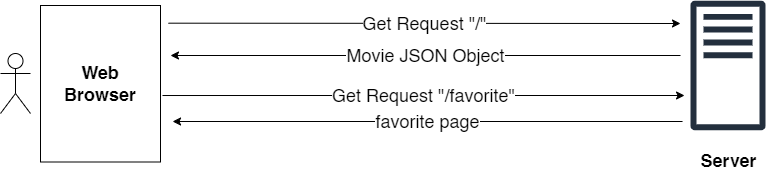
Earlier version of the draw.io export Images/WRRC.png (ManalKhAlbahar/Movies-Library). Source tidied: cells renumbered, new cells last; positions are measured from the earlier drawing's top-left corner, leaving out a move shared by most shapes. The source it was exported from:
```xml
<mxGraphModel>
  <root>
    <mxCell id="0" />
    <mxCell id="1" parent="0" />
    <mxCell id="2" value="&lt;b&gt;&lt;font style=&quot;font-size: 18px&quot;&gt;Web&lt;br&gt;Browser&lt;/font&gt;&lt;/b&gt;" style="rounded=0;whiteSpace=wrap;html=1;" parent="1" vertex="1">
      <mxGeometry x="40" y="5" width="120" height="156.5" as="geometry" />
    </mxCell>
    <mxCell id="3" style="sketch=0;fontColor=#232F3E;gradientColor=none;fillColor=#232F3D;strokeColor=none;dashed=0;verticalLabelPosition=bottom;verticalAlign=top;align=center;html=1;fontSize=12;fontStyle=0;shape=mxgraph.aws4.traditional_server;" parent="1" vertex="1">
      <mxGeometry x="690" width="75" height="130" as="geometry" />
    </mxCell>
    <mxCell id="4" value="&lt;b&gt;Server&lt;/b&gt;" style="text;html=1;align=center;verticalAlign=middle;strokeColor=none;fillColor=none;fontSize=18;" parent="1" vertex="1">
      <mxGeometry x="692.5" y="145" width="70" height="30" as="geometry" />
    </mxCell>
    <mxCell id="5" value="Get Request &quot;/&quot;" style="endArrow=classic;html=1;rounded=0;fontSize=18;exitX=0.983;exitY=0.113;exitDx=0;exitDy=0;exitPerimeter=0;" parent="1" edge="1">
      <mxGeometry relative="1" as="geometry">
        <mxPoint x="168" y="22.7" as="sourcePoint" />
        <mxPoint x="680" y="23" as="targetPoint" />
      </mxGeometry>
    </mxCell>
    <mxCell id="6" value="Movie JSON Object" style="endArrow=classic;html=1;rounded=0;fontSize=18;" parent="1" edge="1">
      <mxGeometry relative="1" as="geometry">
        <mxPoint x="680" y="55" as="sourcePoint" />
        <mxPoint x="170" y="55" as="targetPoint" />
      </mxGeometry>
    </mxCell>
    <mxCell id="7" value="Get Request &quot;/favorite&quot;" style="endArrow=classic;html=1;rounded=0;fontSize=18;exitX=0.983;exitY=0.113;exitDx=0;exitDy=0;exitPerimeter=0;" parent="1" edge="1">
      <mxGeometry relative="1" as="geometry">
        <mxPoint x="162" y="95" as="sourcePoint" />
        <mxPoint x="684" y="95" as="targetPoint" />
        <Array as="points">
          <mxPoint x="432" y="95" />
        </Array>
      </mxGeometry>
    </mxCell>
    <mxCell id="8" value="favorite page" style="endArrow=classic;html=1;rounded=0;fontSize=18;" parent="1" edge="1">
      <mxGeometry relative="1" as="geometry">
        <mxPoint x="682" y="121" as="sourcePoint" />
        <mxPoint x="172" y="121" as="targetPoint" />
      </mxGeometry>
    </mxCell>
    <mxCell id="9" style="shape=umlActor;verticalLabelPosition=bottom;verticalAlign=top;html=1;fontSize=18;" parent="1" vertex="1">
      <mxGeometry y="53" width="30" height="60" as="geometry" />
    </mxCell>
  </root>
</mxGraphModel>
```
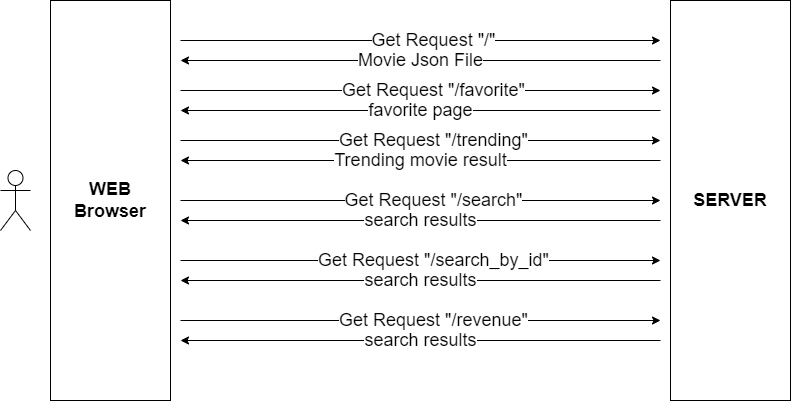
The same diagram one commit later.

Commit message:
- Added trending, search, search_by_id, and revenue routes - Updated ReadMe file with the new routes information - Updated the WRRC image

Change to the diagram source:
```diff
@@ -2,44 +2,116 @@
   <root>
     <mxCell id="0" />
     <mxCell id="1" parent="0" />
-    <mxCell id="2" value="&lt;b&gt;&lt;font style=&quot;font-size: 18px&quot;&gt;Web&lt;br&gt;Browser&lt;/font&gt;&lt;/b&gt;" style="rounded=0;whiteSpace=wrap;html=1;" parent="1" vertex="1">
-      <mxGeometry x="40" y="5" width="120" height="156.5" as="geometry" />
-    </mxCell>
-    <mxCell id="3" style="sketch=0;fontColor=#232F3E;gradientColor=none;fillColor=#232F3D;strokeColor=none;dashed=0;verticalLabelPosition=bottom;verticalAlign=top;align=center;html=1;fontSize=12;fontStyle=0;shape=mxgraph.aws4.traditional_server;" parent="1" vertex="1">
-      <mxGeometry x="690" width="75" height="130" as="geometry" />
-    </mxCell>
-    <mxCell id="4" value="&lt;b&gt;Server&lt;/b&gt;" style="text;html=1;align=center;verticalAlign=middle;strokeColor=none;fillColor=none;fontSize=18;" parent="1" vertex="1">
-      <mxGeometry x="692.5" y="145" width="70" height="30" as="geometry" />
-    </mxCell>
+    <mxCell id="10" style="shape=umlActor;verticalLabelPosition=bottom;verticalAlign=top;html=1;" parent="1" vertex="1">
+      <mxGeometry x="-10" y="105" width="30" height="60" as="geometry" />
+    </mxCell>
+    <mxCell id="11" value="&lt;b&gt;&lt;font style=&quot;font-size: 18px&quot;&gt;WEB&lt;br&gt;Browser&lt;/font&gt;&lt;/b&gt;" style="rounded=0;whiteSpace=wrap;html=1;" parent="1" vertex="1">
+      <mxGeometry x="40" y="-65" width="120" height="400" as="geometry" />
+    </mxCell>
+    <mxCell id="12" style="endArrow=classic;html=1;rounded=0;fontSize=18;" parent="1" edge="1">
+      <mxGeometry relative="1" as="geometry">
+        <mxPoint x="170" y="-25" as="sourcePoint" />
+        <mxPoint x="650" y="-25" as="targetPoint" />
+      </mxGeometry>
+    </mxCell>
-    <mxCell id="5" value="Get Request &quot;/&quot;" style="endArrow=classic;html=1;rounded=0;fontSize=18;exitX=0.983;exitY=0.113;exitDx=0;exitDy=0;exitPerimeter=0;" parent="1" edge="1">
-      <mxGeometry relative="1" as="geometry">
-        <mxPoint x="168" y="22.7" as="sourcePoint" />
-        <mxPoint x="680" y="23" as="targetPoint" />
+    <mxCell id="5" value="Get Request &quot;/&quot;" style="edgeLabel;html=1;align=center;verticalAlign=middle;fontSize=18;" parent="12" vertex="1">
+      <mxGeometry x="0.05" y="-2" relative="1" as="geometry">
+        <mxPoint y="-3" as="offset" />
       </mxGeometry>
     </mxCell>
-    <mxCell id="6" value="Movie JSON Object" style="endArrow=classic;html=1;rounded=0;fontSize=18;" parent="1" edge="1">
-      <mxGeometry relative="1" as="geometry">
-        <mxPoint x="680" y="55" as="sourcePoint" />
-        <mxPoint x="170" y="55" as="targetPoint" />
-      </mxGeometry>
-    </mxCell>
+    <mxCell id="13" value="Movie Json File" style="endArrow=classic;html=1;rounded=0;fontSize=18;" parent="1" edge="1">
+      <mxGeometry relative="1" as="geometry">
+        <mxPoint x="650" y="-5" as="sourcePoint" />
+        <mxPoint x="170" y="-5" as="targetPoint" />
+      </mxGeometry>
+    </mxCell>
+    <mxCell id="14" style="endArrow=classic;html=1;rounded=0;fontSize=18;" parent="1" edge="1">
+      <mxGeometry relative="1" as="geometry">
+        <mxPoint x="170" y="25" as="sourcePoint" />
+        <mxPoint x="650" y="25" as="targetPoint" />
+      </mxGeometry>
+    </mxCell>
-    <mxCell id="7" value="Get Request &quot;/favorite&quot;" style="endArrow=classic;html=1;rounded=0;fontSize=18;exitX=0.983;exitY=0.113;exitDx=0;exitDy=0;exitPerimeter=0;" parent="1" edge="1">
-      <mxGeometry relative="1" as="geometry">
-        <mxPoint x="162" y="95" as="sourcePoint" />
-        <mxPoint x="684" y="95" as="targetPoint" />
-        <Array as="points">
-          <mxPoint x="432" y="95" />
-        </Array>
+    <mxCell id="7" value="Get Request &quot;/favorite&quot;" style="edgeLabel;html=1;align=center;verticalAlign=middle;fontSize=18;" parent="14" vertex="1">
+      <mxGeometry x="0.05" y="-2" relative="1" as="geometry">
+        <mxPoint y="-3" as="offset" />
       </mxGeometry>
     </mxCell>
     <mxCell id="8" value="favorite page" style="endArrow=classic;html=1;rounded=0;fontSize=18;" parent="1" edge="1">
       <mxGeometry relative="1" as="geometry">
-        <mxPoint x="682" y="121" as="sourcePoint" />
-        <mxPoint x="172" y="121" as="targetPoint" />
+        <mxPoint x="650" y="45" as="sourcePoint" />
+        <mxPoint x="170" y="45" as="targetPoint" />
       </mxGeometry>
     </mxCell>
-    <mxCell id="9" style="shape=umlActor;verticalLabelPosition=bottom;verticalAlign=top;html=1;fontSize=18;" parent="1" vertex="1">
-      <mxGeometry y="53" width="30" height="60" as="geometry" />
-    </mxCell>
+    <mxCell id="15" style="endArrow=classic;html=1;rounded=0;fontSize=18;" parent="1" edge="1">
+      <mxGeometry relative="1" as="geometry">
+        <mxPoint x="170" y="75" as="sourcePoint" />
+        <mxPoint x="650" y="75" as="targetPoint" />
+      </mxGeometry>
+    </mxCell>
+    <mxCell id="16" value="Get Request &quot;/trending&quot;" style="edgeLabel;html=1;align=center;verticalAlign=middle;fontSize=18;" parent="15" vertex="1">
+      <mxGeometry x="0.05" y="-2" relative="1" as="geometry">
+        <mxPoint y="-3" as="offset" />
+      </mxGeometry>
+    </mxCell>
+    <mxCell id="17" value="Trending movie result" style="endArrow=classic;html=1;rounded=0;fontSize=18;" parent="1" edge="1">
+      <mxGeometry relative="1" as="geometry">
+        <mxPoint x="650" y="95" as="sourcePoint" />
+        <mxPoint x="170" y="95" as="targetPoint" />
+      </mxGeometry>
+    </mxCell>
+    <mxCell id="18" style="endArrow=classic;html=1;rounded=0;fontSize=18;" parent="1" edge="1">
+      <mxGeometry relative="1" as="geometry">
+        <mxPoint x="170" y="135" as="sourcePoint" />
+        <mxPoint x="650" y="135" as="targetPoint" />
+      </mxGeometry>
+    </mxCell>
+    <mxCell id="19" value="Get Request &quot;/search&quot;" style="edgeLabel;html=1;align=center;verticalAlign=middle;fontSize=18;" parent="18" vertex="1">
+      <mxGeometry x="0.05" y="-2" relative="1" as="geometry">
+        <mxPoint y="-3" as="offset" />
+      </mxGeometry>
+    </mxCell>
+    <mxCell id="20" value="search results" style="endArrow=classic;html=1;rounded=0;fontSize=18;" parent="1" edge="1">
+      <mxGeometry relative="1" as="geometry">
+        <mxPoint x="650" y="155" as="sourcePoint" />
+        <mxPoint x="170" y="155" as="targetPoint" />
+      </mxGeometry>
+    </mxCell>
+    <mxCell id="21" style="endArrow=classic;html=1;rounded=0;fontSize=18;" parent="1" edge="1">
+      <mxGeometry relative="1" as="geometry">
+        <mxPoint x="170" y="195" as="sourcePoint" />
+        <mxPoint x="650" y="195" as="targetPoint" />
+      </mxGeometry>
+    </mxCell>
+    <mxCell id="22" value="Get Request &quot;/search_by_id&quot;" style="edgeLabel;html=1;align=center;verticalAlign=middle;fontSize=18;" parent="21" vertex="1">
+      <mxGeometry x="0.05" y="-2" relative="1" as="geometry">
+        <mxPoint y="-3" as="offset" />
+      </mxGeometry>
+    </mxCell>
+    <mxCell id="23" value="search results" style="endArrow=classic;html=1;rounded=0;fontSize=18;" parent="1" edge="1">
+      <mxGeometry relative="1" as="geometry">
+        <mxPoint x="650" y="215" as="sourcePoint" />
+        <mxPoint x="170" y="215" as="targetPoint" />
+      </mxGeometry>
+    </mxCell>
+    <mxCell id="24" style="endArrow=classic;html=1;rounded=0;fontSize=18;" parent="1" edge="1">
+      <mxGeometry relative="1" as="geometry">
+        <mxPoint x="170" y="255" as="sourcePoint" />
+        <mxPoint x="650" y="255" as="targetPoint" />
+      </mxGeometry>
+    </mxCell>
+    <mxCell id="25" value="Get Request &quot;/revenue&quot;" style="edgeLabel;html=1;align=center;verticalAlign=middle;fontSize=18;" parent="24" vertex="1">
+      <mxGeometry x="0.05" y="-2" relative="1" as="geometry">
+        <mxPoint y="-3" as="offset" />
+      </mxGeometry>
+    </mxCell>
+    <mxCell id="26" value="search results" style="endArrow=classic;html=1;rounded=0;fontSize=18;" parent="1" edge="1">
+      <mxGeometry relative="1" as="geometry">
+        <mxPoint x="650" y="275" as="sourcePoint" />
+        <mxPoint x="170" y="275" as="targetPoint" />
+      </mxGeometry>
+    </mxCell>
+    <mxCell id="27" value="&lt;b&gt;SERVER&lt;/b&gt;" style="rounded=0;whiteSpace=wrap;html=1;fontSize=18;" parent="1" vertex="1">
+      <mxGeometry x="660" y="-65" width="120" height="400" as="geometry" />
+    </mxCell>
   </root>
 </mxGraphModel>
```
